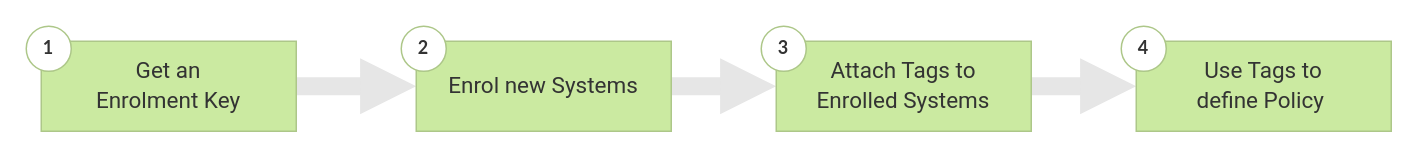
Above: docs/images/quick-start/steps.drawio in enclave-networks/docs (draw.io), before the change. Source tidied: cells renumbered, new cells numbered last; positions are measured from the earlier drawing's top-left corner, leaving out a move shared by most shapes. Both pictures are drawn from the tidied source at 150%, with x=0, y=0 at pixel (26, 26).
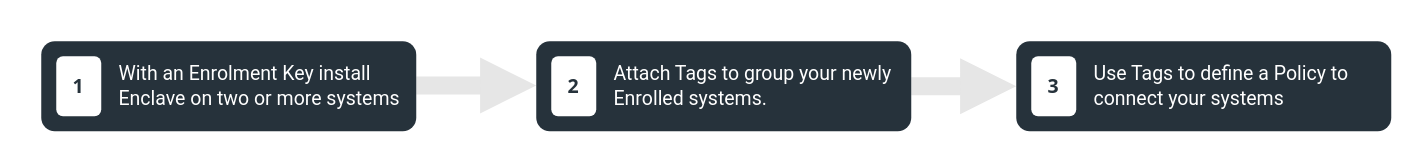
After the change.

Change to the diagram source:
```diff
@@
 <mxGraphModel background="#ffffff">
   <root>
     <mxCell id="0" />
     <mxCell id="1" parent="0" />
+    <mxCell id="3" style="endArrow=block;html=1;strokeWidth=12;strokeColor=#E6E6E6;endFill=1;exitX=1;exitY=0.5;exitDx=0;exitDy=0;entryX=0;entryY=0.5;entryDx=0;entryDy=0;fontColor=#333333;" parent="1" edge="1">
+      <mxGeometry relative="1" as="geometry">
+        <mxPoint x="590" y="40" as="sourcePoint" />
+        <mxPoint x="660" y="40" as="targetPoint" />
+      </mxGeometry>
+    </mxCell>
-    <mxCell id="2" style="endArrow=block;html=1;strokeWidth=12;strokeColor=#E6E6E6;endFill=1;exitX=1;exitY=0.5;exitDx=0;exitDy=0;entryX=0;entryY=0.5;entryDx=0;entryDy=0;fontColor=#333333;" parent="1" edge="1" source="7" target="8">
-      <mxGeometry relative="1" as="geometry" />
+    <mxCell id="2" style="endArrow=block;html=1;strokeWidth=12;strokeColor=#E6E6E6;endFill=1;exitX=1;exitY=0.5;exitDx=0;exitDy=0;entryX=0;entryY=0.5;entryDx=0;entryDy=0;fontColor=#333333;" parent="1" edge="1">
+      <mxGeometry relative="1" as="geometry">
+        <mxPoint x="260" y="39.5" as="sourcePoint" />
+        <mxPoint x="340" y="39.5" as="targetPoint" />
+      </mxGeometry>
     </mxCell>
-    <mxCell id="3" style="endArrow=block;html=1;strokeWidth=12;strokeColor=#E6E6E6;endFill=1;exitX=1;exitY=0.5;exitDx=0;exitDy=0;entryX=0;entryY=0.5;entryDx=0;entryDy=0;fontColor=#333333;" parent="1" edge="1" source="8" target="5">
-      <mxGeometry relative="1" as="geometry" />
-    </mxCell>
-    <mxCell id="4" style="endArrow=block;html=1;strokeWidth=12;strokeColor=#E6E6E6;endFill=1;exitX=1;exitY=0.5;exitDx=0;exitDy=0;entryX=0;entryY=0.5;entryDx=0;entryDy=0;fontColor=#333333;" parent="1" edge="1" source="5" target="6">
-      <mxGeometry relative="1" as="geometry" />
-    </mxCell>
-    <mxCell id="5" value="&lt;p style=&quot;line-height: 130% ; font-size: 15px&quot;&gt;&lt;span style=&quot;font-size: 15px&quot;&gt;Attach Tags to&lt;br&gt;&lt;/span&gt;&lt;span&gt;Enrolled Systems&lt;/span&gt;&lt;/p&gt;" style="rounded=0;whiteSpace=wrap;html=1;fontSize=15;fontFamily=Roboto;strokeColor=#ADC789;fillColor=#CBEAA1;fontStyle=0;fontColor=#333333;" parent="1" vertex="1">
-      <mxGeometry x="500" y="10" width="170" height="60" as="geometry" />
-    </mxCell>
-    <mxCell id="6" value="&lt;p style=&quot;line-height: 130% ; font-size: 15px&quot;&gt;&lt;span style=&quot;font-size: 15px&quot;&gt;Use Tags to &lt;br style=&quot;font-size: 15px&quot;&gt;define Policy&amp;nbsp;&lt;/span&gt;&lt;br style=&quot;font-size: 15px&quot;&gt;&lt;/p&gt;" style="rounded=0;whiteSpace=wrap;html=1;fontSize=15;fontFamily=Roboto;strokeColor=#ADC789;fillColor=#CBEAA1;fontStyle=0;fontColor=#333333;" parent="1" vertex="1">
-      <mxGeometry x="740" y="10" width="170" height="60" as="geometry" />
-    </mxCell>
-    <mxCell id="7" value="&lt;span style=&quot;line-height: 130% ; font-size: 15px&quot;&gt;Get an&lt;br style=&quot;font-size: 15px&quot;&gt;Enrolment Key&lt;/span&gt;" style="rounded=0;whiteSpace=wrap;html=1;fontSize=15;fontFamily=Roboto;strokeColor=#ADC789;fillColor=#CBEAA1;fontStyle=0;fontColor=#333333;" parent="1" vertex="1">
-      <mxGeometry x="10" y="10" width="170" height="60" as="geometry" />
-    </mxCell>
-    <mxCell id="8" value="&lt;span style=&quot;line-height: 130% ; font-size: 15px&quot;&gt;Enrol new Systems&lt;/span&gt;" style="rounded=0;whiteSpace=wrap;html=1;fontSize=15;fontFamily=Roboto;fillColor=#CBEAA1;strokeColor=#ADC789;fontStyle=0;fontColor=#333333;" parent="1" vertex="1">
-      <mxGeometry x="260" y="10" width="170" height="60" as="geometry" />
-    </mxCell>
+    <mxCell id="13" style="rounded=1;whiteSpace=wrap;html=1;fontFamily=Roboto;fontSize=15;fontColor=#FFFFFF;align=left;strokeColor=none;fillColor=#26323B;" parent="1" vertex="1">
+      <mxGeometry x="10" y="10" width="250" height="60" as="geometry" />
+    </mxCell>
-    <mxCell id="9" value="1" style="ellipse;whiteSpace=wrap;html=1;strokeColor=#ADC789;fontFamily=Lato;fontSize=12;fontStyle=1;fontColor=#333333;" parent="1" vertex="1">
-      <mxGeometry width="30" height="30" as="geometry" />
+    <mxCell id="9" value="1" style="rounded=1;whiteSpace=wrap;html=1;fontFamily=Open Sans;fontSize=13;strokeColor=none;fontColor=#26323B;fontStyle=1;" parent="1" vertex="1">
+      <mxGeometry x="20" y="20" width="30" height="40" as="geometry" />
     </mxCell>
+    <mxCell id="14" style="rounded=1;whiteSpace=wrap;html=1;fontFamily=Roboto;fontSize=15;fontColor=#FFFFFF;align=left;strokeColor=none;fillColor=#26323B;" parent="1" vertex="1">
+      <mxGeometry x="340" y="10" width="250" height="60" as="geometry" />
+    </mxCell>
-    <mxCell id="10" value="2" style="ellipse;whiteSpace=wrap;html=1;strokeColor=#ADC789;fontFamily=Lato;fontSize=12;fontStyle=1;fontColor=#333333;" parent="1" vertex="1">
-      <mxGeometry x="250" width="30" height="30" as="geometry" />
+    <mxCell id="10" value="2" style="rounded=1;whiteSpace=wrap;html=1;fontFamily=Open Sans;fontSize=13;strokeColor=none;fontColor=#26323B;fontStyle=1;" parent="1" vertex="1">
+      <mxGeometry x="350" y="20" width="30" height="40" as="geometry" />
     </mxCell>
+    <mxCell id="15" value="&lt;p style=&quot;line-height: 130%&quot;&gt;&lt;/p&gt;&lt;div style=&quot;font-size: 13px&quot;&gt;&lt;/div&gt;&lt;div&gt;&lt;br&gt;&lt;/div&gt;&lt;p&gt;&lt;/p&gt;" style="text;html=1;strokeColor=none;fillColor=none;align=left;verticalAlign=middle;whiteSpace=wrap;rounded=0;fontFamily=Roboto;fontSize=13;fontColor=#FFFFFF;" parent="1" vertex="1">
+      <mxGeometry x="390" y="20" width="190" height="40" as="geometry" />
+    </mxCell>
+    <mxCell id="16" value="&lt;p style=&quot;line-height: 130%&quot;&gt;With an Enrolment Key install Enclave on two or more systems&lt;/p&gt;" style="text;html=1;strokeColor=none;fillColor=none;align=left;verticalAlign=middle;whiteSpace=wrap;rounded=0;fontFamily=Roboto;fontSize=13;fontColor=#FFFFFF;" parent="1" vertex="1">
+      <mxGeometry x="60" y="20" width="200" height="40" as="geometry" />
+    </mxCell>
+    <mxCell id="17" style="rounded=1;whiteSpace=wrap;html=1;fontFamily=Roboto;fontSize=15;fontColor=#FFFFFF;align=left;strokeColor=none;fillColor=#26323B;" parent="1" vertex="1">
+      <mxGeometry x="660" y="10" width="250" height="60" as="geometry" />
+    </mxCell>
-    <mxCell id="11" value="3" style="ellipse;whiteSpace=wrap;html=1;strokeColor=#ADC789;fontFamily=Lato;fontSize=12;fontStyle=1;fontColor=#333333;" parent="1" vertex="1">
-      <mxGeometry x="490" width="30" height="30" as="geometry" />
+    <mxCell id="11" value="3" style="rounded=1;whiteSpace=wrap;html=1;fontFamily=Open Sans;fontSize=13;strokeColor=none;fontColor=#26323B;fontStyle=1;" parent="1" vertex="1">
+      <mxGeometry x="670" y="20" width="30" height="40" as="geometry" />
     </mxCell>
-    <mxCell id="12" value="4" style="ellipse;whiteSpace=wrap;html=1;strokeColor=#ADC789;fontFamily=Lato;fontSize=12;fontStyle=1;fontColor=#333333;" parent="1" vertex="1">
-      <mxGeometry x="730" width="30" height="30" as="geometry" />
-    </mxCell>
+    <mxCell id="18" value="&lt;p style=&quot;line-height: 130%&quot;&gt;&lt;/p&gt;&lt;div style=&quot;font-size: 13px&quot;&gt;&lt;/div&gt;&lt;div style=&quot;line-height: 130%&quot;&gt;Use Tags to define a Policy to connect your systems&lt;br&gt;&lt;/div&gt;&lt;p&gt;&lt;/p&gt;" style="text;html=1;strokeColor=none;fillColor=none;align=left;verticalAlign=middle;whiteSpace=wrap;rounded=0;fontFamily=Roboto;fontSize=13;fontColor=#FFFFFF;" parent="1" vertex="1">
+      <mxGeometry x="710" y="20" width="190" height="40" as="geometry" />
+    </mxCell>
+    <mxCell id="19" value="&lt;p style=&quot;line-height: 130%&quot;&gt;Attach Tags to group your newly Enrolled systems.&lt;/p&gt;" style="text;html=1;strokeColor=none;fillColor=none;align=left;verticalAlign=middle;whiteSpace=wrap;rounded=0;fontFamily=Roboto;fontSize=13;fontColor=#FFFFFF;" parent="1" vertex="1">
+      <mxGeometry x="390" y="20" width="190" height="40" as="geometry" />
+    </mxCell>
   </root>
 </mxGraphModel>
```
